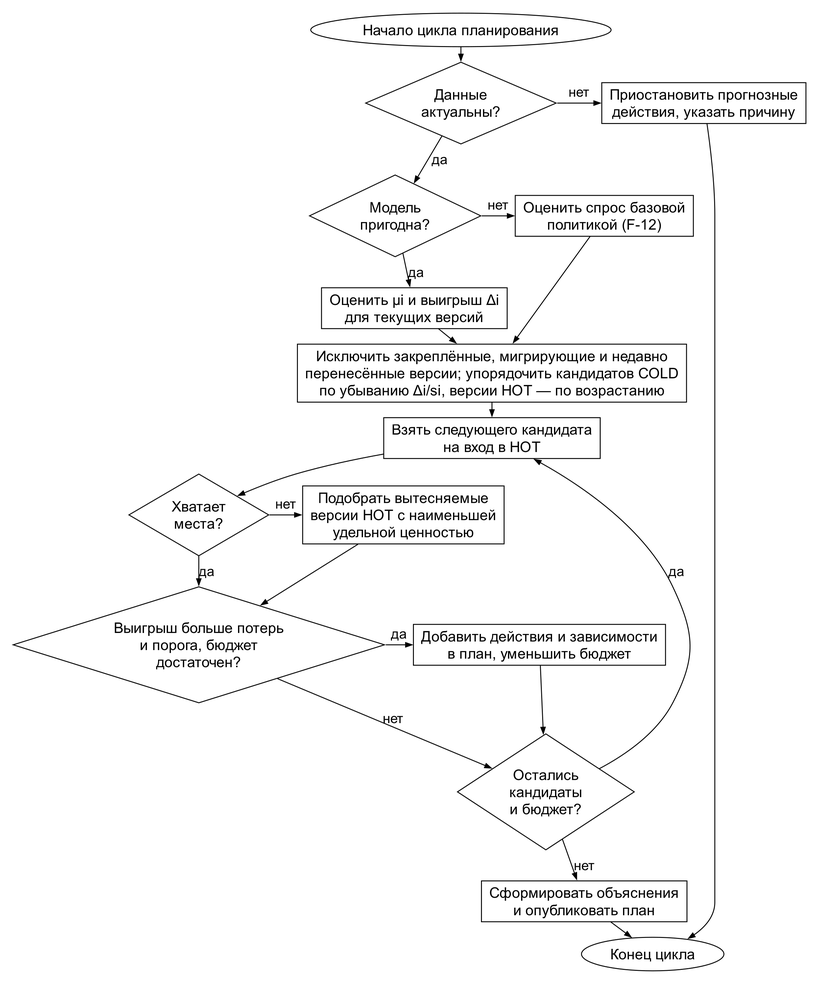
The Graphviz diagram 40 - Projects/Диплом/images/planner_algorithm.png in WithSoull/obsidian, before a commit. Its source is kept beside it as 40 - Projects/Диплом/images/src/planner_algorithm.dot.
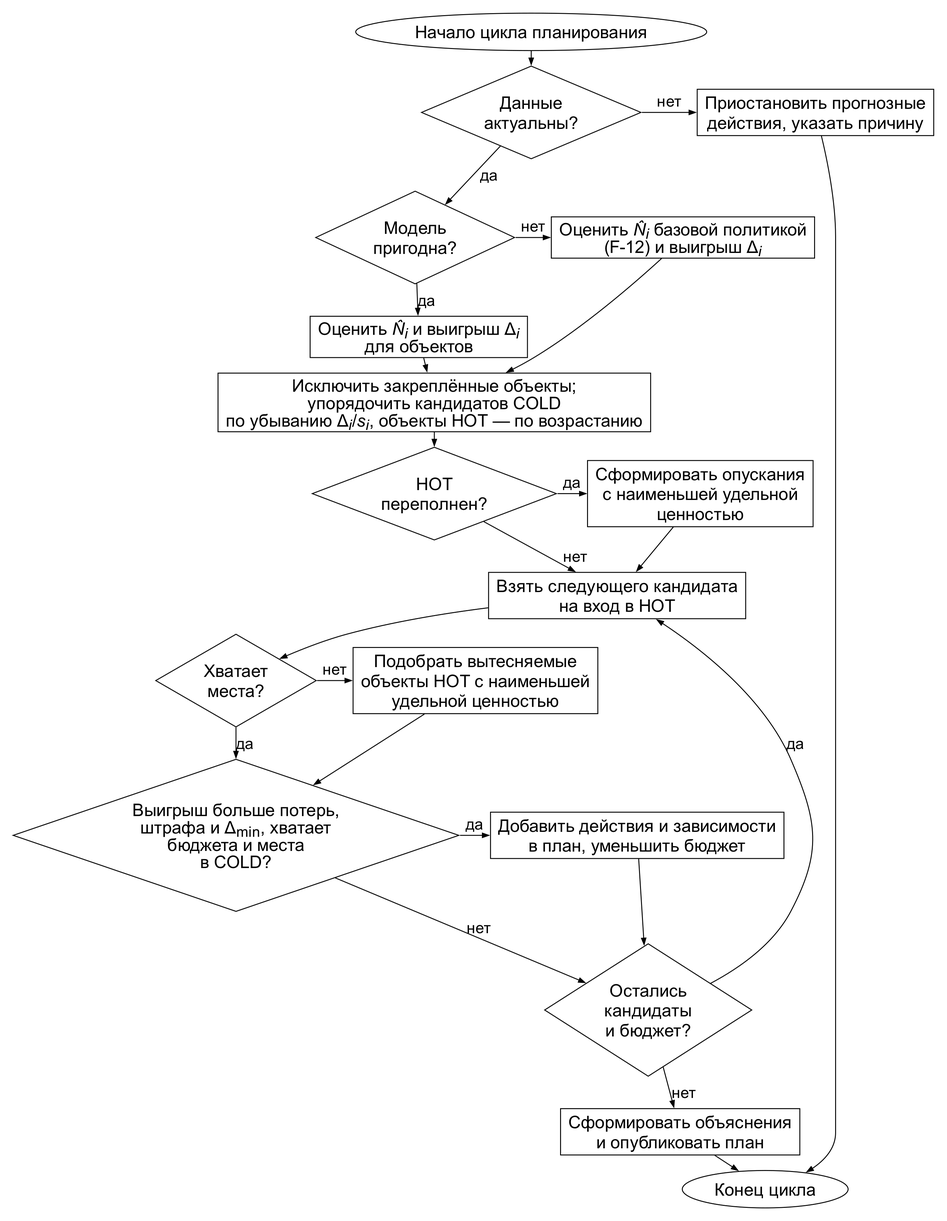
Later version of the same file.

Diff of the diagram source:
```diff
@@ -1,19 +1,21 @@
 digraph planner_algorithm {
   graph [rankdir=TB, fontname="Arial", nodesep=0.21, ranksep=0.13, pad=0.2];
-  node  [shape=box, fontname="Arial", fontsize=16, margin="0.12,0.05"];
-  edge  [fontname="Arial", fontsize=15, arrowsize=0.7];
+  node  [shape=box, fontname="Arial", fontsize=19, margin="0.12,0.05"];
+  edge  [fontname="Arial", fontsize=17, arrowsize=0.7];
 
   start  [label="Начало цикла планирования", shape=ellipse];
   fresh  [label="Данные\nактуальны?", shape=diamond];
   stop   [label="Приостановить прогнозные\nдействия, указать причину"];
   model  [label="Модель\nпригодна?", shape=diamond];
-  base   [label="Оценить спрос базовой\nполитикой (F-12)"];
-  pred   [label="Оценить μi и выигрыш Δi\nдля текущих версий"];
-  sort   [label="Исключить закреплённые, мигрирующие и недавно\nперенесённые версии; упорядочить кандидатов COLD\nпо убыванию Δi/si, версии HOT — по возрастанию"];
+  base   [label=<Оценить <I>N&#770;<SUB>i</SUB></I> базовой политикой<BR/>(F-12) и выигрыш Δ<SUB><I>i</I></SUB>>];
+  pred   [label=<Оценить <I>N&#770;<SUB>i</SUB></I> и выигрыш Δ<SUB><I>i</I></SUB><BR/>для объектов>];
+  sort   [label=<Исключить закреплённые объекты;<BR/>упорядочить кандидатов COLD<BR/>по убыванию Δ<SUB><I>i</I></SUB>/<I>s<SUB>i</SUB></I>, объекты HOT — по возрастанию>];
+  over   [label="HOT\nпереполнен?", shape=diamond];
+  down   [label="Сформировать опускания\nс наименьшей удельной\nценностью"];
   next   [label="Взять следующего кандидата\nна вход в HOT"];
   space  [label="Хватает\nместа?", shape=diamond];
-  evict  [label="Подобрать вытесняемые\nверсии HOT с наименьшей\nудельной ценностью"];
-  gain   [label="Выигрыш больше потерь\nи порога, бюджет\nдостаточен?", shape=diamond];
+  evict  [label="Подобрать вытесняемые\nобъекты HOT с наименьшей\nудельной ценностью"];
+  gain   [label=<Выигрыш больше потерь,<BR/>штрафа и Δ<SUB>min</SUB>, хватает<BR/>бюджета и места<BR/>в COLD?>, shape=diamond];
   add    [label="Добавить действия и зависимости\nв план, уменьшить бюджет"];
   more   [label="Остались\nкандидаты\nи бюджет?", shape=diamond];
   expl   [label="Сформировать объяснения\nи опубликовать план"];
@@ -27,7 +29,11 @@
   model -> pred  [label="да"];
   base  -> sort;
   pred  -> sort;
-  sort -> next -> space;
+  sort -> over;
+  over -> down [label="да"];
+  over -> next [label="нет"];
+  down -> next;
+  next -> space;
   space -> gain  [label="да"];
   space -> evict [label="нет"];
   evict -> gain;
@@ -39,6 +45,7 @@
   expl  -> end;
   {rank=same; fresh; stop;}
   {rank=same; model; base;}
+  {rank=same; over; down;}
   {rank=same; space; evict;}
   {rank=same; gain; add;}
 }
```
